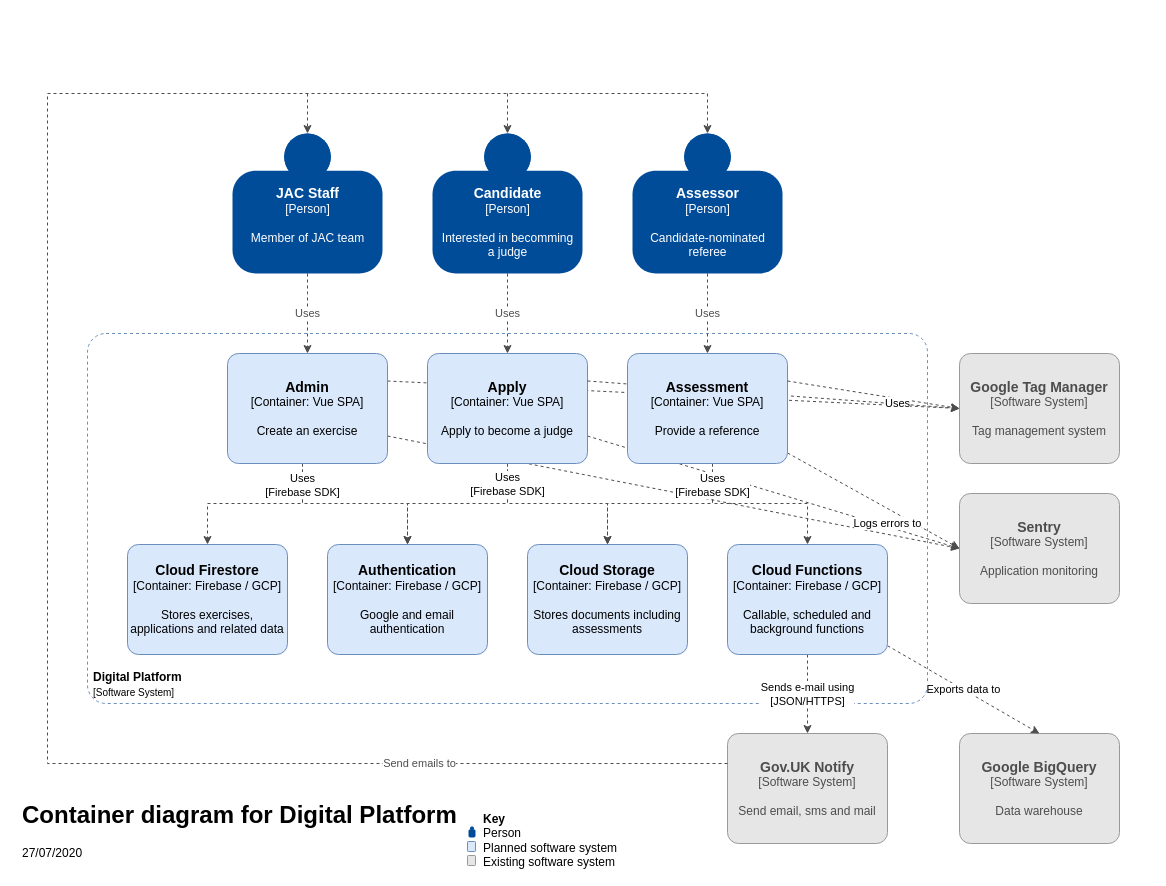
Before: page "Container" (2 of 3) of docs/_diagrams/jac-digital-platform-architecture.drawio in jac-uk/documentation, a draw.io diagram. Source tidied: cells renumbered, new cells numbered last; positions are measured from the earlier drawing's top-left corner, leaving out a move shared by most shapes. Both pictures are drawn from the tidied source at 100%, with x=0, y=0 at pixel (17, 93).
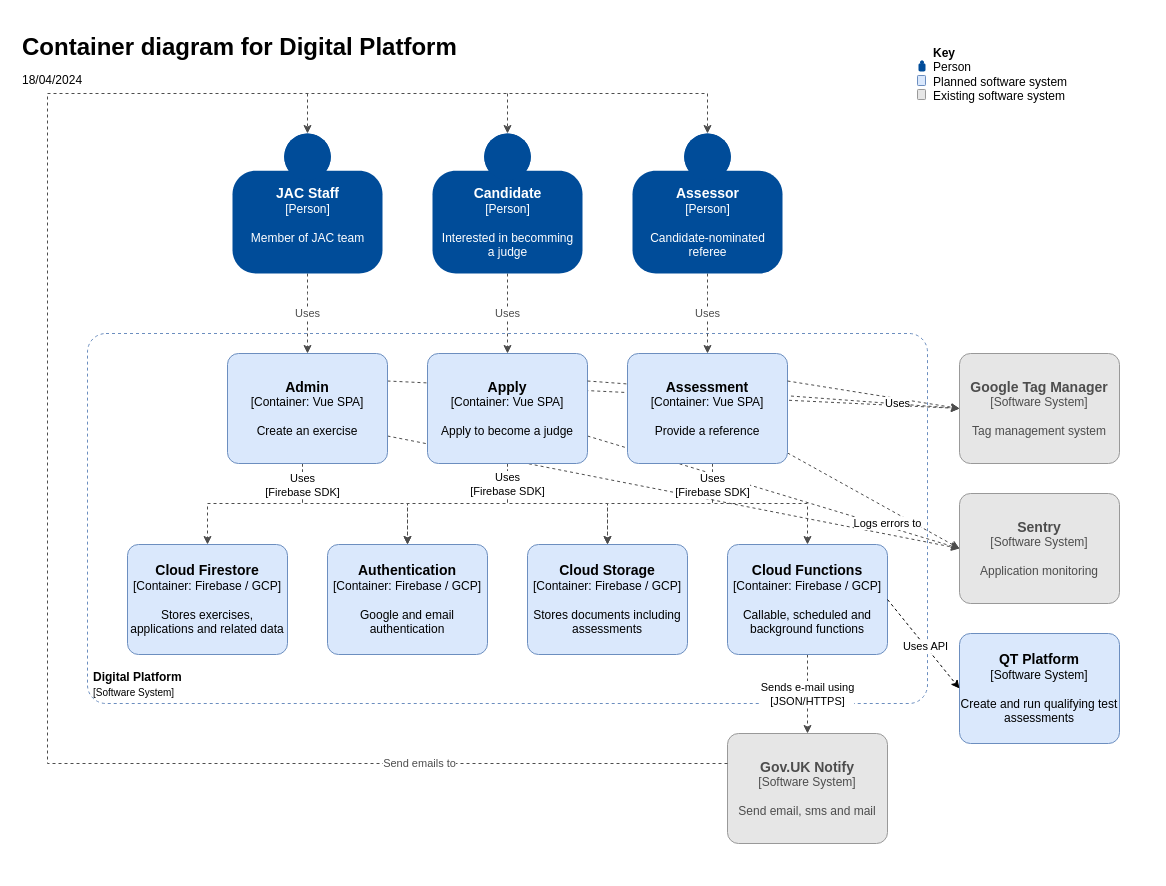
The same diagram, later.

Unchanged cells that the change refers to:
```xml
<mxCell id="38" value="&lt;font size=&quot;1&quot;&gt;&lt;b style=&quot;font-size: 14px&quot;&gt;Cloud Functions&lt;br&gt;&lt;/b&gt;&lt;/font&gt;&lt;div&gt;[Container: Firebase / GCP]&lt;/div&gt;&lt;br&gt;&lt;div&gt;Callable, scheduled and background functions&lt;br&gt;&lt;/div&gt;" style="rounded=1;whiteSpace=wrap;html=1;labelBackgroundColor=none;fillColor=#dae8fc;fontColor=#000000;align=center;arcSize=10;strokeColor=#6c8ebf;points=[[0.25,0,0],[0.5,0,0],[0.75,0,0],[1,0.25,0],[1,0.5,0],[1,0.75,0],[0.75,1,0],[0.5,1,0],[0.25,1,0],[0,0.75,0],[0,0.5,0],[0,0.25,0]];" parent="1" vertex="1">
  <mxGeometry x="710" y="451" width="160" height="110" as="geometry" />
</mxCell>
```

The edit, as a diff of the source:
```diff
@@
-    <mxCell id="27" value="&lt;h1&gt;Container diagram for Digital Platform&lt;br&gt;&lt;/h1&gt;&lt;p&gt;27/07/2020&lt;/p&gt;" style="text;html=1;strokeColor=none;fillColor=none;spacing=5;spacingTop=-20;whiteSpace=wrap;overflow=hidden;rounded=0;align=left;" parent="1" vertex="1">
-      <mxGeometry y="701.5" width="470" height="70" as="geometry" />
+    <mxCell id="27" value="&lt;h1&gt;Container diagram for Digital Platform&lt;br&gt;&lt;span style=&quot;font-weight: normal;&quot;&gt;&lt;font style=&quot;font-size: 12px;&quot;&gt;18/04/2024&lt;/font&gt;&lt;/span&gt;&lt;/h1&gt;" style="text;html=1;strokeColor=none;fillColor=none;spacing=5;spacingTop=-20;whiteSpace=wrap;overflow=hidden;rounded=0;align=left;" parent="1" vertex="1">
+      <mxGeometry y="-66.5" width="470" height="70" as="geometry" />
     </mxCell>
-    <mxCell id="28" value="&lt;font style=&quot;font-size: 14px&quot;&gt;&lt;b&gt;Google BigQuery&lt;br&gt;&lt;/b&gt;&lt;/font&gt;&lt;div&gt;&lt;font style=&quot;font-size: 12px&quot;&gt;[&lt;/font&gt;Software System]&lt;/div&gt;&lt;br&gt;&lt;div&gt;Data warehouse&lt;br&gt;&lt;/div&gt;" style="rounded=1;whiteSpace=wrap;html=1;labelBackgroundColor=none;align=center;arcSize=10;points=[[0.25,0,0],[0.5,0,0],[0.75,0,0],[1,0.25,0],[1,0.5,0],[1,0.75,0],[0.75,1,0],[0.5,1,0],[0.25,1,0],[0,0.75,0],[0,0.5,0],[0,0.25,0]];fillColor=#E6E6E6;fontColor=#4D4D4D;strokeColor=#999999;" parent="1" vertex="1">
-      <mxGeometry x="942" y="640" width="160" height="110" as="geometry" />
-    </mxCell>
     <mxCell id="29" style="group;" parent="1" vertex="1">
-      <mxGeometry x="450" y="720" width="232" height="53" as="geometry" />
+      <mxGeometry x="900" y="-46" width="232" height="53" as="geometry" />
     </mxCell>
@@
-    <mxCell id="37" value="Exports data to" style="rounded=0;jettySize=auto;html=1;entryX=0.5;entryY=0;entryDx=0;entryDy=0;entryPerimeter=0;dashed=1;endArrow=classic;endFill=1;strokeColor=#4D4D4D;fontColor=#000000;" parent="1" edge="1" source="38" target="28">
-      <mxGeometry relative="1" as="geometry" />
-    </mxCell>
@@
+    <mxCell id="44" value="&lt;font size=&quot;1&quot;&gt;&lt;b style=&quot;font-size: 14px&quot;&gt;QT Platform&lt;br&gt;&lt;/b&gt;&lt;/font&gt;&lt;div&gt;[Software System]&lt;/div&gt;&lt;br&gt;&lt;div&gt;Create and run qualifying test assessments&lt;/div&gt;" style="rounded=1;whiteSpace=wrap;html=1;labelBackgroundColor=none;fillColor=#dae8fc;fontColor=#000000;align=center;arcSize=10;strokeColor=#6c8ebf;points=[[0.25,0,0],[0.5,0,0],[0.75,0,0],[1,0.25,0],[1,0.5,0],[1,0.75,0],[0.75,1,0],[0.5,1,0],[0.25,1,0],[0,0.75,0],[0,0.5,0],[0,0.25,0]];" parent="1" vertex="1">
+      <mxGeometry x="942" y="540" width="160" height="110" as="geometry" />
+    </mxCell>
+    <mxCell id="45" style="rounded=0;jettySize=auto;html=1;entryX=0;entryY=0.5;entryDx=0;entryDy=0;entryPerimeter=0;dashed=1;exitX=1;exitY=0.5;exitDx=0;exitDy=0;exitPerimeter=0;" parent="1" edge="1" source="38" target="44">
+      <mxGeometry relative="1" as="geometry" />
+    </mxCell>
+    <mxCell id="46" value="Uses API" style="edgeLabel;html=1;align=center;verticalAlign=middle;" parent="45" vertex="1">
+      <mxGeometry x="0.04" y="1" relative="1" as="geometry">
+        <mxPoint x="-1" as="offset" />
+      </mxGeometry>
+    </mxCell>
```
